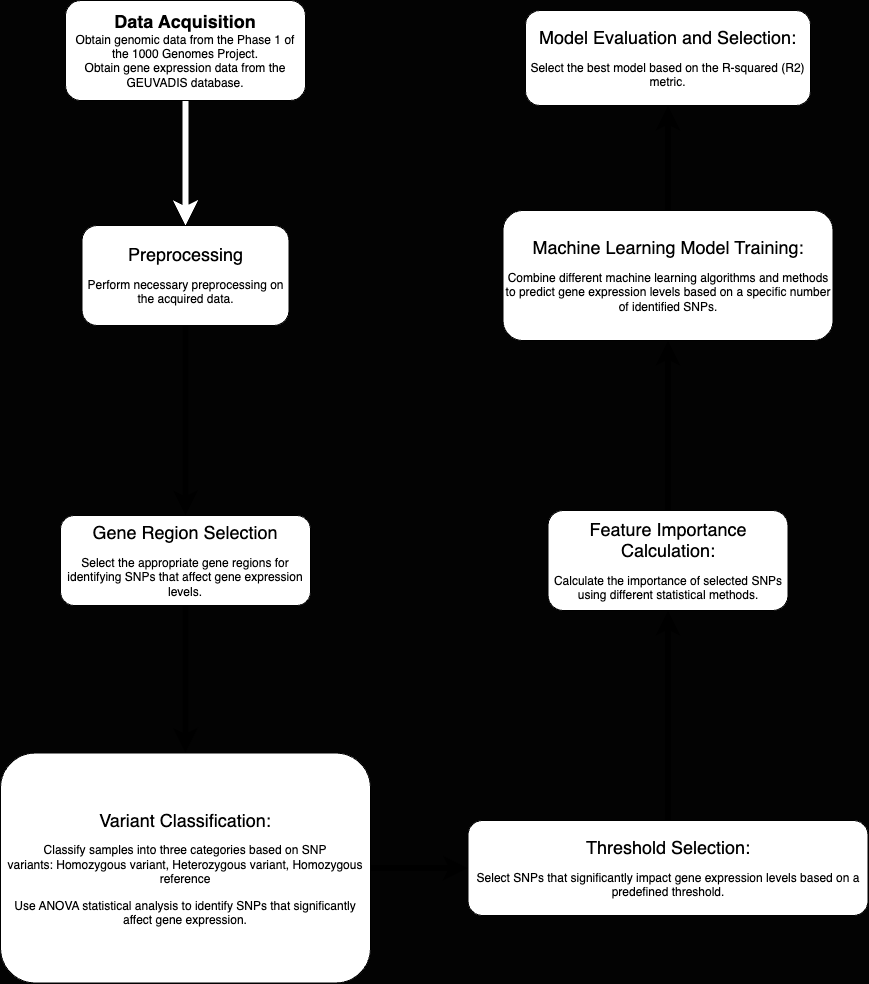
The draw.io diagram Figures/Pipeline.drawio.png in mahshid1373/LLM_APIs, before a commit. Source tidied: cells renumbered, new cells last; positions are measured from the earlier drawing's top-left corner, leaving out a move shared by most shapes.
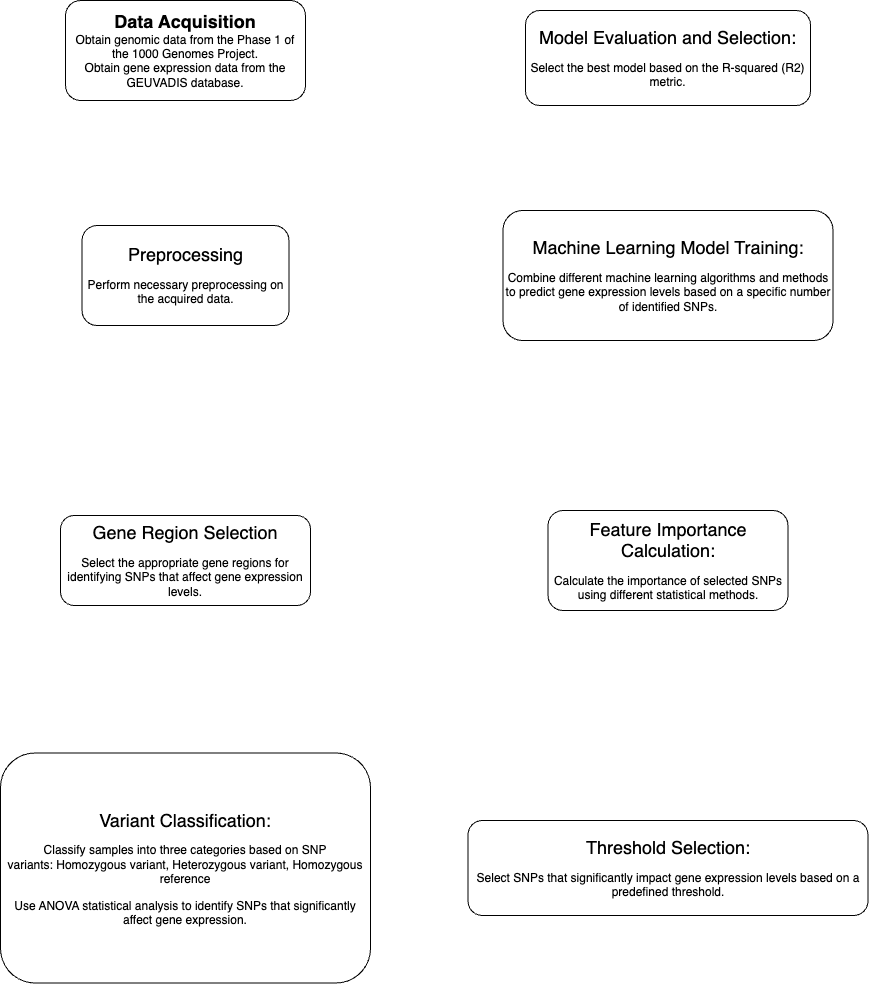
Later version of the same file.

Diff of the diagram source:
```diff
@@ -1,4 +1,4 @@
-<mxGraphModel background="#030303">
+<mxGraphModel>
   <root>
     <mxCell id="0" />
     <mxCell id="1" parent="0" />
@@ -8,37 +8,37 @@
     <mxCell id="3" value="&lt;b&gt;&lt;font style=&quot;font-size: 18px;&quot;&gt;Data Acquisition&lt;/font&gt;&lt;/b&gt;&lt;div&gt;Obtain genomic data from the Phase 1 of the 1000 Genomes Project.&lt;br&gt;&lt;/div&gt;&lt;div&gt;Obtain gene expression data from the GEUVADIS database.&lt;br&gt;&lt;/div&gt;" style="rounded=1;whiteSpace=wrap;html=1;fontSize=12;glass=0;strokeWidth=1;shadow=0;" parent="1" vertex="1">
       <mxGeometry x="65" width="240" height="100" as="geometry" />
     </mxCell>
-    <mxCell id="4" style="edgeStyle=orthogonalEdgeStyle;rounded=0;jettySize=auto;html=1;strokeWidth=6;" parent="1" edge="1" source="5" target="7">
+    <mxCell id="4" style="edgeStyle=orthogonalEdgeStyle;rounded=0;jettySize=auto;html=1;strokeWidth=6;strokeColor=#FFFFFF;" parent="1" edge="1" source="5" target="7">
       <mxGeometry relative="1" as="geometry" />
     </mxCell>
     <mxCell id="5" value="&lt;p&gt;&lt;font style=&quot;font-size: 18px;&quot;&gt;Preprocessing&lt;/font&gt;&lt;/p&gt;&lt;p&gt;&lt;span style=&quot;background-color: initial;&quot;&gt;Perform necessary preprocessing on the acquired data.&lt;/span&gt;&lt;/p&gt;" style="rounded=1;whiteSpace=wrap;html=1;fontSize=12;glass=0;strokeWidth=1;shadow=0;" parent="1" vertex="1">
       <mxGeometry x="81.5" y="225" width="207" height="100" as="geometry" />
     </mxCell>
-    <mxCell id="6" style="edgeStyle=orthogonalEdgeStyle;rounded=0;jettySize=auto;html=1;strokeWidth=6;" parent="1" edge="1" source="7" target="9">
+    <mxCell id="6" style="edgeStyle=orthogonalEdgeStyle;rounded=0;jettySize=auto;html=1;strokeWidth=6;strokeColor=#FFFFFF;" parent="1" edge="1" source="7" target="9">
       <mxGeometry relative="1" as="geometry" />
     </mxCell>
     <mxCell id="7" value="&lt;p&gt;&lt;font style=&quot;font-size: 18px;&quot;&gt;Gene Region Selection&lt;/font&gt;&lt;/p&gt;&lt;p&gt;&lt;font style=&quot;&quot;&gt;&lt;font style=&quot;font-size: 12px;&quot;&gt;Select the appropriate gene regions for identifying SNPs that affect gene expression levels.&lt;/font&gt;&lt;br&gt;&lt;/font&gt;&lt;/p&gt;" style="rounded=1;whiteSpace=wrap;html=1;glass=0;strokeWidth=1;shadow=0;" parent="1" vertex="1">
       <mxGeometry x="60" y="515" width="250" height="90" as="geometry" />
     </mxCell>
-    <mxCell id="8" style="edgeStyle=orthogonalEdgeStyle;rounded=0;jettySize=auto;html=1;strokeWidth=6;" parent="1" edge="1" source="9" target="11">
+    <mxCell id="8" style="edgeStyle=orthogonalEdgeStyle;rounded=0;jettySize=auto;html=1;strokeWidth=6;strokeColor=#FFFFFF;" parent="1" edge="1" source="9" target="11">
       <mxGeometry relative="1" as="geometry" />
     </mxCell>
     <mxCell id="9" value="&lt;p&gt;&lt;font style=&quot;font-size: 18px;&quot;&gt;Variant Classification:&lt;/font&gt;&lt;/p&gt;&lt;p&gt;&lt;span style=&quot;background-color: initial;&quot;&gt;Classify samples into three categories based on SNP variants:&lt;/span&gt;&lt;span style=&quot;background-color: initial;&quot;&gt;&amp;nbsp;Homozygous variant,&amp;nbsp;&lt;/span&gt;&lt;span style=&quot;background-color: initial;&quot;&gt;Heterozygous variant,&amp;nbsp;&lt;/span&gt;&lt;span style=&quot;background-color: initial;&quot;&gt;Homozygous reference&lt;/span&gt;&lt;/p&gt;&lt;p&gt;&lt;span style=&quot;background-color: initial;&quot;&gt;Use ANOVA statistical analysis to identify SNPs that significantly affect gene expression.&lt;/span&gt;&lt;/p&gt;" style="rounded=1;whiteSpace=wrap;html=1;glass=0;strokeWidth=1;shadow=0;" parent="1" vertex="1">
       <mxGeometry y="752.5" width="370" height="230" as="geometry" />
     </mxCell>
-    <mxCell id="10" style="edgeStyle=orthogonalEdgeStyle;rounded=0;jettySize=auto;html=1;strokeWidth=6;" parent="1" edge="1" source="11" target="13">
+    <mxCell id="10" style="edgeStyle=orthogonalEdgeStyle;rounded=0;jettySize=auto;html=1;strokeWidth=6;strokeColor=#FFFFFF;" parent="1" edge="1" source="11" target="13">
       <mxGeometry relative="1" as="geometry" />
     </mxCell>
     <mxCell id="11" value="&lt;p&gt;&lt;font style=&quot;font-size: 18px;&quot;&gt;Threshold Selection:&lt;/font&gt;&lt;/p&gt;&lt;p&gt;&lt;font style=&quot;&quot;&gt;&lt;font style=&quot;font-size: 12px;&quot;&gt;Select SNPs that significantly impact gene expression levels based on a predefined threshold.&lt;/font&gt;&lt;br&gt;&lt;/font&gt;&lt;/p&gt;" style="rounded=1;whiteSpace=wrap;html=1;glass=0;strokeWidth=1;shadow=0;" parent="1" vertex="1">
       <mxGeometry x="467.5" y="820" width="400" height="95" as="geometry" />
     </mxCell>
-    <mxCell id="12" style="edgeStyle=orthogonalEdgeStyle;rounded=0;jettySize=auto;html=1;strokeWidth=6;" parent="1" edge="1" source="13" target="15">
+    <mxCell id="12" style="edgeStyle=orthogonalEdgeStyle;rounded=0;jettySize=auto;html=1;strokeWidth=6;strokeColor=#FFFFFF;" parent="1" edge="1" source="13" target="15">
       <mxGeometry relative="1" as="geometry" />
     </mxCell>
     <mxCell id="13" value="&lt;p&gt;&lt;font style=&quot;font-size: 18px;&quot;&gt;Feature Importance Calculation:&lt;/font&gt;&lt;/p&gt;&lt;p&gt;&lt;span style=&quot;background-color: initial;&quot;&gt;Calculate the importance of selected SNPs using different statistical methods.&lt;/span&gt;&lt;/p&gt;" style="rounded=1;whiteSpace=wrap;html=1;glass=0;strokeWidth=1;shadow=0;" parent="1" vertex="1">
       <mxGeometry x="547.5" y="510" width="240" height="100" as="geometry" />
     </mxCell>
-    <mxCell id="14" style="edgeStyle=orthogonalEdgeStyle;rounded=0;jettySize=auto;html=1;strokeWidth=6;" parent="1" edge="1" source="15" target="16">
+    <mxCell id="14" style="edgeStyle=orthogonalEdgeStyle;rounded=0;jettySize=auto;html=1;strokeWidth=6;strokeColor=#FFFFFF;" parent="1" edge="1" source="15" target="16">
       <mxGeometry relative="1" as="geometry" />
     </mxCell>
     <mxCell id="15" value="&lt;p&gt;&lt;font style=&quot;font-size: 18px;&quot;&gt;Machine Learning Model Training:&lt;/font&gt;&lt;/p&gt;&lt;p&gt;&lt;span style=&quot;background-color: initial;&quot;&gt;Combine different machine learning algorithms and methods to predict gene expression levels based on a specific number of identified SNPs.&lt;/span&gt;&lt;/p&gt;" style="rounded=1;whiteSpace=wrap;html=1;glass=0;strokeWidth=1;shadow=0;" parent="1" vertex="1">
```
